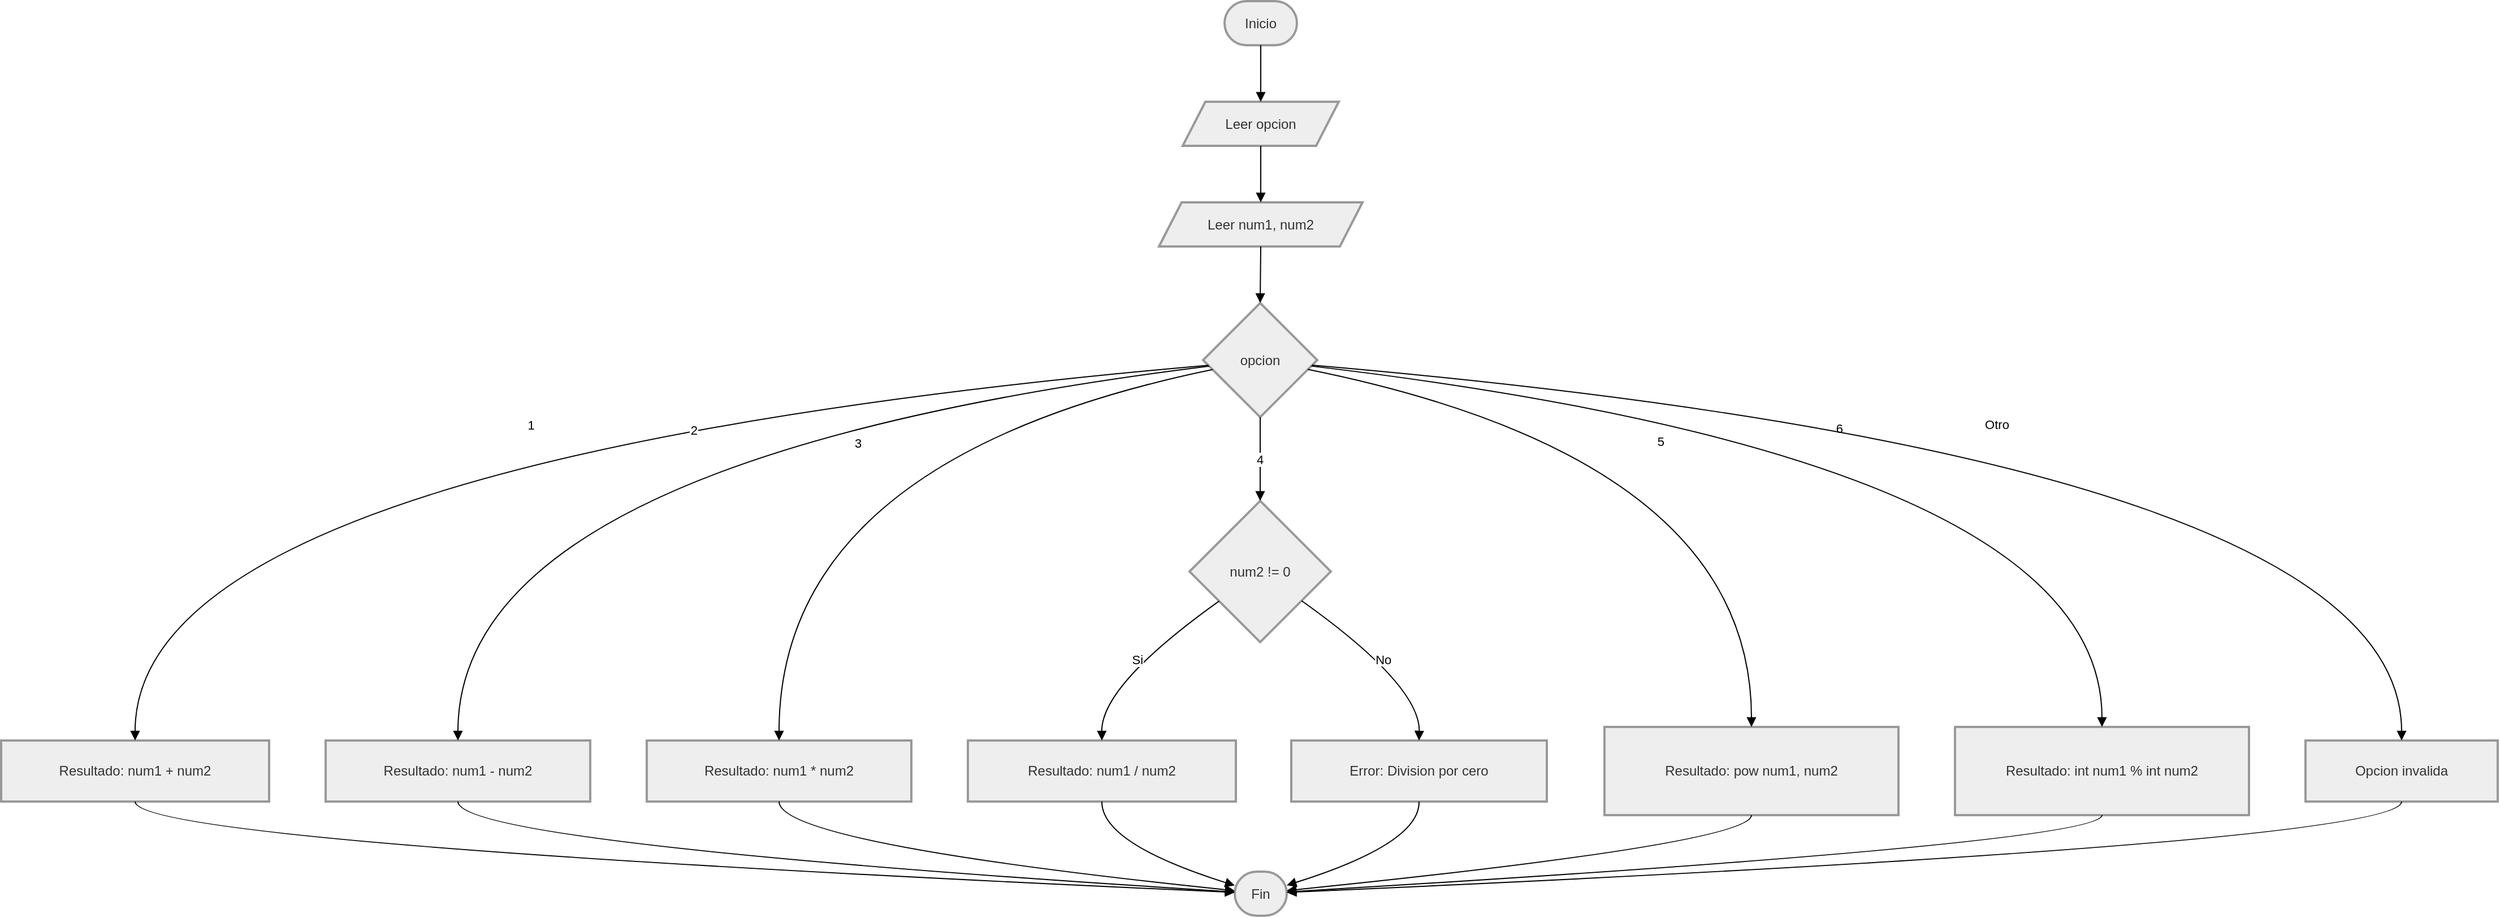
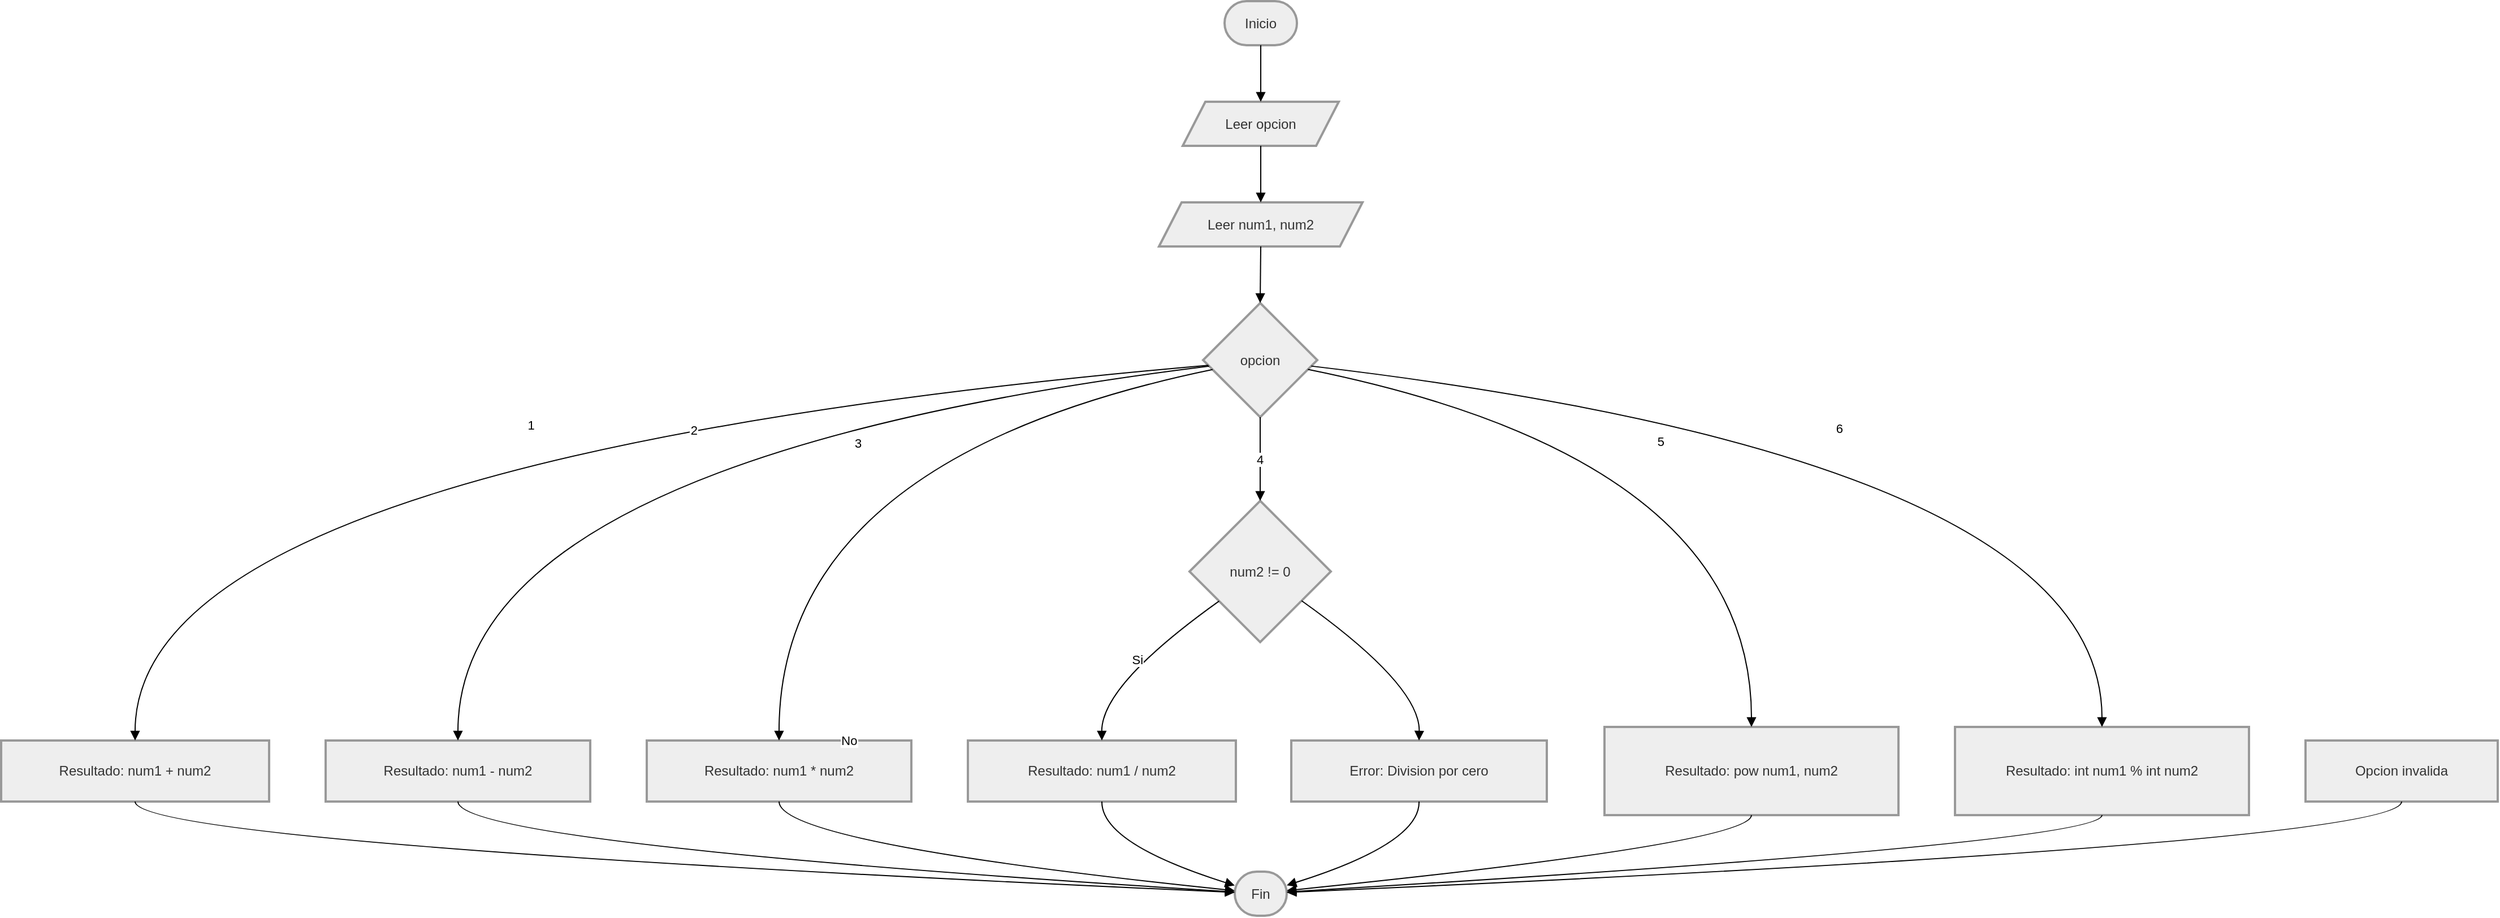
<mxfile host="app.diagrams.net">
  <diagram name="Página-1" id="lc6Hh2cRL11TbL4Kutib">
-     <mxGraphModel dx="4260" dy="2340" grid="1" gridSize="10" guides="1" tooltips="1" connect="1" arrows="1" fold="1" page="1" pageScale="1" pageWidth="827" pageHeight="1169" background="none" math="0" shadow="0">
+     <mxGraphModel dx="1136" dy="624" grid="1" gridSize="10" guides="1" tooltips="1" connect="1" arrows="1" fold="1" page="1" pageScale="1" pageWidth="827" pageHeight="1169" background="none" math="0" shadow="0">
      <root>
        <mxCell id="0" />
        <mxCell id="1" parent="0" />
        <mxCell id="M3jiPHDtuVKC63RM2ufU-54" parent="1" style="rounded=1;whiteSpace=wrap;arcSize=50;strokeWidth=2;fillColor=light-dark(#eeeeee,#1f2020);strokeColor=light-dark(#999999,#cccccc);fontColor=light-dark(#333333,#cccccc);" value="Inicio" vertex="1">
          <mxGeometry height="39" width="64" x="1102" y="20" as="geometry" />
        </mxCell>
        <mxCell id="M3jiPHDtuVKC63RM2ufU-55" parent="1" style="shape=parallelogram;perimeter=parallelogramPerimeter;fixedSize=1;strokeWidth=2;whiteSpace=wrap;fillColor=light-dark(#eeeeee,#1f2020);strokeColor=light-dark(#999999,#cccccc);fontColor=light-dark(#333333,#cccccc);" value="Leer opcion" vertex="1">
          <mxGeometry height="39" width="138" x="1065" y="109" as="geometry" />
        </mxCell>
        <mxCell id="M3jiPHDtuVKC63RM2ufU-56" parent="1" style="shape=parallelogram;perimeter=parallelogramPerimeter;fixedSize=1;strokeWidth=2;whiteSpace=wrap;fillColor=light-dark(#eeeeee,#1f2020);strokeColor=light-dark(#999999,#cccccc);fontColor=light-dark(#333333,#cccccc);" value="Leer num1, num2" vertex="1">
          <mxGeometry height="39" width="180" x="1044" y="198" as="geometry" />
        </mxCell>
        <mxCell id="M3jiPHDtuVKC63RM2ufU-57" parent="1" style="rhombus;strokeWidth=2;whiteSpace=wrap;fillColor=light-dark(#eeeeee,#1f2020);strokeColor=light-dark(#999999,#cccccc);fontColor=light-dark(#333333,#cccccc);" value="opcion" vertex="1">
          <mxGeometry height="101" width="101" x="1083" y="287" as="geometry" />
        </mxCell>
        <mxCell id="M3jiPHDtuVKC63RM2ufU-58" parent="1" style="whiteSpace=wrap;strokeWidth=2;fillColor=light-dark(#eeeeee,#1f2020);strokeColor=light-dark(#999999,#cccccc);fontColor=light-dark(#333333,#cccccc);" value="Resultado: num1 + num2" vertex="1">
          <mxGeometry height="54" width="237" x="20" y="674" as="geometry" />
        </mxCell>
        <mxCell id="M3jiPHDtuVKC63RM2ufU-59" parent="1" style="whiteSpace=wrap;strokeWidth=2;fillColor=light-dark(#eeeeee,#1f2020);strokeColor=light-dark(#999999,#cccccc);fontColor=light-dark(#333333,#cccccc);" value="Resultado: num1 - num2" vertex="1">
          <mxGeometry height="54" width="234" x="307" y="674" as="geometry" />
        </mxCell>
        <mxCell id="M3jiPHDtuVKC63RM2ufU-60" parent="1" style="whiteSpace=wrap;strokeWidth=2;fillColor=light-dark(#eeeeee,#1f2020);strokeColor=light-dark(#999999,#cccccc);fontColor=light-dark(#333333,#cccccc);" value="Resultado: num1 * num2" vertex="1">
          <mxGeometry height="54" width="234" x="591" y="674" as="geometry" />
        </mxCell>
        <mxCell id="M3jiPHDtuVKC63RM2ufU-61" parent="1" style="rhombus;strokeWidth=2;whiteSpace=wrap;fillColor=light-dark(#eeeeee,#1f2020);strokeColor=light-dark(#999999,#cccccc);fontColor=light-dark(#333333,#cccccc);" value="num2 != 0" vertex="1">
          <mxGeometry height="125" width="125" x="1071" y="462" as="geometry" />
        </mxCell>
        <mxCell id="M3jiPHDtuVKC63RM2ufU-62" parent="1" style="whiteSpace=wrap;strokeWidth=2;fillColor=light-dark(#eeeeee,#1f2020);strokeColor=light-dark(#999999,#cccccc);fontColor=light-dark(#333333,#cccccc);" value="Resultado: num1 / num2" vertex="1">
          <mxGeometry height="54" width="237" x="875" y="674" as="geometry" />
        </mxCell>
        <mxCell id="M3jiPHDtuVKC63RM2ufU-63" parent="1" style="whiteSpace=wrap;strokeWidth=2;fillColor=light-dark(#eeeeee,#1f2020);strokeColor=light-dark(#999999,#cccccc);fontColor=light-dark(#333333,#cccccc);" value="Error: Division por cero" vertex="1">
          <mxGeometry height="54" width="226" x="1161" y="674" as="geometry" />
        </mxCell>
        <mxCell id="M3jiPHDtuVKC63RM2ufU-64" parent="1" style="whiteSpace=wrap;strokeWidth=2;fillColor=light-dark(#eeeeee,#1f2020);strokeColor=light-dark(#999999,#cccccc);fontColor=light-dark(#333333,#cccccc);" value="Resultado: pow num1, num2" vertex="1">
          <mxGeometry height="78" width="260" x="1438" y="662" as="geometry" />
        </mxCell>
        <mxCell id="M3jiPHDtuVKC63RM2ufU-65" parent="1" style="whiteSpace=wrap;strokeWidth=2;fillColor=light-dark(#eeeeee,#1f2020);strokeColor=light-dark(#999999,#cccccc);fontColor=light-dark(#333333,#cccccc);" value="Resultado: int num1 % int num2" vertex="1">
          <mxGeometry height="78" width="260" x="1748" y="662" as="geometry" />
        </mxCell>
        <mxCell id="M3jiPHDtuVKC63RM2ufU-66" parent="1" style="whiteSpace=wrap;strokeWidth=2;fillColor=light-dark(#eeeeee,#1f2020);strokeColor=light-dark(#999999,#cccccc);fontColor=light-dark(#333333,#cccccc);" value="Opcion invalida" vertex="1">
          <mxGeometry height="54" width="170" x="2058" y="674" as="geometry" />
        </mxCell>
        <mxCell id="M3jiPHDtuVKC63RM2ufU-67" parent="1" style="rounded=1;whiteSpace=wrap;arcSize=50;strokeWidth=2;fillColor=light-dark(#eeeeee,#1f2020);strokeColor=light-dark(#999999,#cccccc);fontColor=light-dark(#333333,#cccccc);html=1;" value="Fin" vertex="1">
          <mxGeometry height="39" width="46" x="1111" y="790" as="geometry" />
        </mxCell>
        <mxCell id="M3jiPHDtuVKC63RM2ufU-68" edge="1" parent="1" source="M3jiPHDtuVKC63RM2ufU-54" style="curved=1;startArrow=none;endArrow=block;exitX=0.5;exitY=1;entryX=0.5;entryY=0;rounded=0;" target="M3jiPHDtuVKC63RM2ufU-55" value="">
          <mxGeometry relative="1" as="geometry">
            <Array as="points" />
          </mxGeometry>
        </mxCell>
        <mxCell id="M3jiPHDtuVKC63RM2ufU-69" edge="1" parent="1" source="M3jiPHDtuVKC63RM2ufU-55" style="curved=1;startArrow=none;endArrow=block;exitX=0.5;exitY=1;entryX=0.5;entryY=0;rounded=0;" target="M3jiPHDtuVKC63RM2ufU-56" value="">
          <mxGeometry relative="1" as="geometry">
            <Array as="points" />
          </mxGeometry>
        </mxCell>
        <mxCell id="M3jiPHDtuVKC63RM2ufU-70" edge="1" parent="1" source="M3jiPHDtuVKC63RM2ufU-56" style="curved=1;startArrow=none;endArrow=block;exitX=0.5;exitY=1;entryX=0.5;entryY=0;rounded=0;" target="M3jiPHDtuVKC63RM2ufU-57" value="">
          <mxGeometry relative="1" as="geometry">
            <Array as="points" />
          </mxGeometry>
        </mxCell>
        <mxCell id="M3jiPHDtuVKC63RM2ufU-71" edge="1" parent="1" source="M3jiPHDtuVKC63RM2ufU-57" style="curved=1;startArrow=none;endArrow=block;exitX=0;exitY=0.55;entryX=0.5;entryY=0;rounded=0;" target="M3jiPHDtuVKC63RM2ufU-58" value="1">
          <mxGeometry relative="1" as="geometry">
            <Array as="points">
              <mxPoint x="138" y="425" />
            </Array>
          </mxGeometry>
        </mxCell>
        <mxCell id="M3jiPHDtuVKC63RM2ufU-72" edge="1" parent="1" source="M3jiPHDtuVKC63RM2ufU-57" style="curved=1;startArrow=none;endArrow=block;exitX=0;exitY=0.56;entryX=0.5;entryY=0;rounded=0;" target="M3jiPHDtuVKC63RM2ufU-59" value="2">
          <mxGeometry relative="1" as="geometry">
            <Array as="points">
              <mxPoint x="424" y="425" />
            </Array>
          </mxGeometry>
        </mxCell>
        <mxCell id="M3jiPHDtuVKC63RM2ufU-73" edge="1" parent="1" source="M3jiPHDtuVKC63RM2ufU-57" style="curved=1;startArrow=none;endArrow=block;exitX=0;exitY=0.6;entryX=0.5;entryY=0;rounded=0;" target="M3jiPHDtuVKC63RM2ufU-60" value="3">
          <mxGeometry relative="1" as="geometry">
            <Array as="points">
              <mxPoint x="708" y="425" />
            </Array>
          </mxGeometry>
        </mxCell>
        <mxCell id="M3jiPHDtuVKC63RM2ufU-74" edge="1" parent="1" source="M3jiPHDtuVKC63RM2ufU-57" style="curved=1;startArrow=none;endArrow=block;exitX=0.5;exitY=1;entryX=0.5;entryY=0;rounded=0;" target="M3jiPHDtuVKC63RM2ufU-61" value="4">
          <mxGeometry relative="1" as="geometry">
            <Array as="points" />
          </mxGeometry>
        </mxCell>
        <mxCell id="M3jiPHDtuVKC63RM2ufU-75" edge="1" parent="1" source="M3jiPHDtuVKC63RM2ufU-61" style="curved=1;startArrow=none;endArrow=block;exitX=0;exitY=0.86;entryX=0.5;entryY=0;rounded=0;" target="M3jiPHDtuVKC63RM2ufU-62" value="Si">
          <mxGeometry relative="1" as="geometry">
            <Array as="points">
              <mxPoint x="993" y="625" />
            </Array>
          </mxGeometry>
        </mxCell>
        <mxCell id="M3jiPHDtuVKC63RM2ufU-76" edge="1" parent="1" source="M3jiPHDtuVKC63RM2ufU-61" style="curved=1;startArrow=none;endArrow=block;exitX=1.01;exitY=0.86;entryX=0.5;entryY=0;rounded=0;" target="M3jiPHDtuVKC63RM2ufU-63" value="No">
-           <mxGeometry relative="1" as="geometry">
+           <mxGeometry relative="1" x="-1" y="-419" as="geometry">
+             <mxPoint x="-157" y="-218" as="offset" />
            <Array as="points">
              <mxPoint x="1275" y="625" />
            </Array>
          </mxGeometry>
        </mxCell>
        <mxCell id="M3jiPHDtuVKC63RM2ufU-77" edge="1" parent="1" source="M3jiPHDtuVKC63RM2ufU-57" style="curved=1;startArrow=none;endArrow=block;exitX=1.01;exitY=0.6;entryX=0.5;entryY=0;rounded=0;" target="M3jiPHDtuVKC63RM2ufU-64" value="5">
          <mxGeometry relative="1" as="geometry">
            <Array as="points">
              <mxPoint x="1568" y="425" />
            </Array>
          </mxGeometry>
        </mxCell>
        <mxCell id="M3jiPHDtuVKC63RM2ufU-78" edge="1" parent="1" source="M3jiPHDtuVKC63RM2ufU-57" style="curved=1;startArrow=none;endArrow=block;exitX=1.01;exitY=0.56;entryX=0.5;entryY=0;rounded=0;" target="M3jiPHDtuVKC63RM2ufU-65" value="6">
          <mxGeometry relative="1" as="geometry">
            <Array as="points">
              <mxPoint x="1878" y="425" />
-             </Array>
-           </mxGeometry>
-         </mxCell>
-         <mxCell id="M3jiPHDtuVKC63RM2ufU-79" edge="1" parent="1" source="M3jiPHDtuVKC63RM2ufU-57" style="curved=1;startArrow=none;endArrow=block;exitX=1.01;exitY=0.55;entryX=0.5;entryY=0;rounded=0;" target="M3jiPHDtuVKC63RM2ufU-66" value="Otro">
-           <mxGeometry relative="1" as="geometry">
-             <Array as="points">
-               <mxPoint x="2143" y="425" />
            </Array>
          </mxGeometry>
        </mxCell>
        <mxCell id="M3jiPHDtuVKC63RM2ufU-80" edge="1" parent="1" source="M3jiPHDtuVKC63RM2ufU-58" style="curved=1;startArrow=none;endArrow=block;exitX=0.5;exitY=1;entryX=-0.01;entryY=0.47;rounded=0;" target="M3jiPHDtuVKC63RM2ufU-67" value="">
          <mxGeometry relative="1" as="geometry">
            <Array as="points">
              <mxPoint x="138" y="765" />
            </Array>
          </mxGeometry>
        </mxCell>
        <mxCell id="M3jiPHDtuVKC63RM2ufU-81" edge="1" parent="1" source="M3jiPHDtuVKC63RM2ufU-59" style="curved=1;startArrow=none;endArrow=block;exitX=0.5;exitY=1;entryX=-0.01;entryY=0.46;rounded=0;" target="M3jiPHDtuVKC63RM2ufU-67" value="">
          <mxGeometry relative="1" as="geometry">
            <Array as="points">
              <mxPoint x="424" y="765" />
            </Array>
          </mxGeometry>
        </mxCell>
        <mxCell id="M3jiPHDtuVKC63RM2ufU-82" edge="1" parent="1" source="M3jiPHDtuVKC63RM2ufU-60" style="curved=1;startArrow=none;endArrow=block;exitX=0.5;exitY=1;entryX=-0.01;entryY=0.43;rounded=0;" target="M3jiPHDtuVKC63RM2ufU-67" value="">
          <mxGeometry relative="1" as="geometry">
            <Array as="points">
              <mxPoint x="708" y="765" />
            </Array>
          </mxGeometry>
        </mxCell>
        <mxCell id="M3jiPHDtuVKC63RM2ufU-83" edge="1" parent="1" source="M3jiPHDtuVKC63RM2ufU-62" style="curved=1;startArrow=none;endArrow=block;exitX=0.5;exitY=1;entryX=-0.01;entryY=0.31;rounded=0;" target="M3jiPHDtuVKC63RM2ufU-67" value="">
          <mxGeometry relative="1" as="geometry">
            <Array as="points">
              <mxPoint x="993" y="765" />
            </Array>
          </mxGeometry>
        </mxCell>
        <mxCell id="M3jiPHDtuVKC63RM2ufU-84" edge="1" parent="1" source="M3jiPHDtuVKC63RM2ufU-63" style="curved=1;startArrow=none;endArrow=block;exitX=0.5;exitY=1;entryX=1;entryY=0.31;rounded=0;" target="M3jiPHDtuVKC63RM2ufU-67" value="">
          <mxGeometry relative="1" as="geometry">
            <Array as="points">
              <mxPoint x="1275" y="765" />
            </Array>
          </mxGeometry>
        </mxCell>
        <mxCell id="M3jiPHDtuVKC63RM2ufU-85" edge="1" parent="1" source="M3jiPHDtuVKC63RM2ufU-64" style="curved=1;startArrow=none;endArrow=block;exitX=0.5;exitY=1;entryX=1;entryY=0.43;rounded=0;" target="M3jiPHDtuVKC63RM2ufU-67" value="">
          <mxGeometry relative="1" as="geometry">
            <Array as="points">
              <mxPoint x="1568" y="765" />
            </Array>
          </mxGeometry>
        </mxCell>
        <mxCell id="M3jiPHDtuVKC63RM2ufU-86" edge="1" parent="1" source="M3jiPHDtuVKC63RM2ufU-65" style="curved=1;startArrow=none;endArrow=block;exitX=0.5;exitY=1;entryX=1;entryY=0.46;rounded=0;" target="M3jiPHDtuVKC63RM2ufU-67" value="">
          <mxGeometry relative="1" as="geometry">
            <Array as="points">
              <mxPoint x="1878" y="765" />
            </Array>
          </mxGeometry>
        </mxCell>
        <mxCell id="M3jiPHDtuVKC63RM2ufU-87" edge="1" parent="1" source="M3jiPHDtuVKC63RM2ufU-66" style="curved=1;startArrow=none;endArrow=block;exitX=0.5;exitY=1;entryX=1;entryY=0.47;rounded=0;" target="M3jiPHDtuVKC63RM2ufU-67" value="">
          <mxGeometry relative="1" as="geometry">
            <Array as="points">
              <mxPoint x="2143" y="765" />
            </Array>
          </mxGeometry>
        </mxCell>
      </root>
    </mxGraphModel>
  </diagram>
</mxfile>
